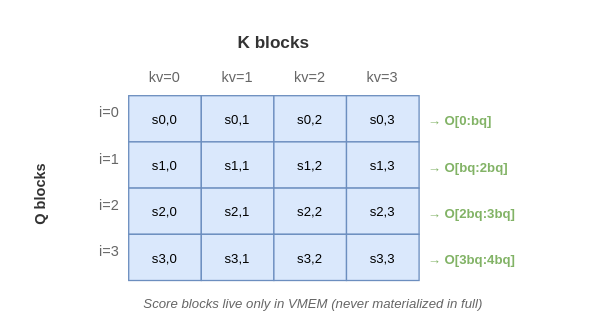
The draw.io diagram images/splash-attention-puzzle5.drawio in vorushin/pallas_puzzles, before the edit. Source tidied: cells renumbered, new cells numbered last; positions are measured from the earlier drawing's top-left corner, leaving out a move shared by most shapes. Both pictures are drawn from the tidied source at 132%, with x=0, y=0 at pixel (22, 22).
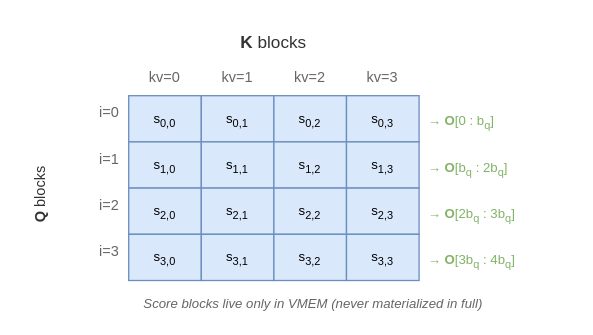
The same diagram, later.

What changed in the source:
```diff
@@
-    <mxCell id="2" value="K blocks" style="text;whiteSpace=wrap;fontSize=13;fontStyle=1;fontColor=#333333;align=center;" parent="1" vertex="1">
+    <mxCell id="2" value="&lt;b&gt;K&lt;/b&gt; blocks" style="text;whiteSpace=wrap;fontSize=13;fontColor=#333333;align=center;html=1;" parent="1" vertex="1">
       <mxGeometry x="80" width="220" height="25" as="geometry" />
     </mxCell>
-    <mxCell id="3" value="Q blocks" style="text;whiteSpace=wrap;fontSize=11;fontStyle=1;fontColor=#333333;align=center;horizontal=0;" parent="1" vertex="1">
+    <mxCell id="3" value="&lt;b&gt;Q&lt;/b&gt; blocks" style="text;whiteSpace=wrap;fontSize=11;fontColor=#333333;align=center;horizontal=0;html=1;" parent="1" vertex="1">
       <mxGeometry y="75" width="30" height="110" as="geometry" />
     </mxCell>
@@
-    <mxCell id="12" value="s0,0" style="rounded=0;whiteSpace=wrap;fillColor=#dae8fc;strokeColor=#6c8ebf;fontSize=10;" parent="1" vertex="1">
+    <mxCell id="12" value="s&lt;sub&gt;0,0&lt;/sub&gt;" style="rounded=0;whiteSpace=wrap;fillColor=#dae8fc;strokeColor=#6c8ebf;fontSize=10;html=1;" parent="1" vertex="1">
       <mxGeometry x="80" y="55" width="55" height="35" as="geometry" />
     </mxCell>
-    <mxCell id="13" value="s0,1" style="rounded=0;whiteSpace=wrap;fillColor=#dae8fc;strokeColor=#6c8ebf;fontSize=10;" parent="1" vertex="1">
+    <mxCell id="13" value="s&lt;sub&gt;0,1&lt;/sub&gt;" style="rounded=0;whiteSpace=wrap;fillColor=#dae8fc;strokeColor=#6c8ebf;fontSize=10;html=1;" parent="1" vertex="1">
       <mxGeometry x="135" y="55" width="55" height="35" as="geometry" />
     </mxCell>
-    <mxCell id="14" value="s0,2" style="rounded=0;whiteSpace=wrap;fillColor=#dae8fc;strokeColor=#6c8ebf;fontSize=10;" parent="1" vertex="1">
+    <mxCell id="14" value="s&lt;sub&gt;0,2&lt;/sub&gt;" style="rounded=0;whiteSpace=wrap;fillColor=#dae8fc;strokeColor=#6c8ebf;fontSize=10;html=1;" parent="1" vertex="1">
       <mxGeometry x="190" y="55" width="55" height="35" as="geometry" />
     </mxCell>
-    <mxCell id="15" value="s0,3" style="rounded=0;whiteSpace=wrap;fillColor=#dae8fc;strokeColor=#6c8ebf;fontSize=10;" parent="1" vertex="1">
+    <mxCell id="15" value="s&lt;sub&gt;0,3&lt;/sub&gt;" style="rounded=0;whiteSpace=wrap;fillColor=#dae8fc;strokeColor=#6c8ebf;fontSize=10;html=1;" parent="1" vertex="1">
       <mxGeometry x="245" y="55" width="55" height="35" as="geometry" />
     </mxCell>
-    <mxCell id="16" value="s1,0" style="rounded=0;whiteSpace=wrap;fillColor=#dae8fc;strokeColor=#6c8ebf;fontSize=10;" parent="1" vertex="1">
+    <mxCell id="16" value="s&lt;sub&gt;1,0&lt;/sub&gt;" style="rounded=0;whiteSpace=wrap;fillColor=#dae8fc;strokeColor=#6c8ebf;fontSize=10;html=1;" parent="1" vertex="1">
       <mxGeometry x="80" y="90" width="55" height="35" as="geometry" />
     </mxCell>
-    <mxCell id="17" value="s1,1" style="rounded=0;whiteSpace=wrap;fillColor=#dae8fc;strokeColor=#6c8ebf;fontSize=10;" parent="1" vertex="1">
+    <mxCell id="17" value="s&lt;sub&gt;1,1&lt;/sub&gt;" style="rounded=0;whiteSpace=wrap;fillColor=#dae8fc;strokeColor=#6c8ebf;fontSize=10;html=1;" parent="1" vertex="1">
       <mxGeometry x="135" y="90" width="55" height="35" as="geometry" />
     </mxCell>
-    <mxCell id="18" value="s1,2" style="rounded=0;whiteSpace=wrap;fillColor=#dae8fc;strokeColor=#6c8ebf;fontSize=10;" parent="1" vertex="1">
+    <mxCell id="18" value="s&lt;sub&gt;1,2&lt;/sub&gt;" style="rounded=0;whiteSpace=wrap;fillColor=#dae8fc;strokeColor=#6c8ebf;fontSize=10;html=1;" parent="1" vertex="1">
       <mxGeometry x="190" y="90" width="55" height="35" as="geometry" />
     </mxCell>
-    <mxCell id="19" value="s1,3" style="rounded=0;whiteSpace=wrap;fillColor=#dae8fc;strokeColor=#6c8ebf;fontSize=10;" parent="1" vertex="1">
+    <mxCell id="19" value="s&lt;sub&gt;1,3&lt;/sub&gt;" style="rounded=0;whiteSpace=wrap;fillColor=#dae8fc;strokeColor=#6c8ebf;fontSize=10;html=1;" parent="1" vertex="1">
       <mxGeometry x="245" y="90" width="55" height="35" as="geometry" />
     </mxCell>
-    <mxCell id="20" value="s2,0" style="rounded=0;whiteSpace=wrap;fillColor=#dae8fc;strokeColor=#6c8ebf;fontSize=10;" parent="1" vertex="1">
+    <mxCell id="20" value="s&lt;sub&gt;2,0&lt;/sub&gt;" style="rounded=0;whiteSpace=wrap;fillColor=#dae8fc;strokeColor=#6c8ebf;fontSize=10;html=1;" parent="1" vertex="1">
       <mxGeometry x="80" y="125" width="55" height="35" as="geometry" />
     </mxCell>
-    <mxCell id="21" value="s2,1" style="rounded=0;whiteSpace=wrap;fillColor=#dae8fc;strokeColor=#6c8ebf;fontSize=10;" parent="1" vertex="1">
+    <mxCell id="21" value="s&lt;sub&gt;2,1&lt;/sub&gt;" style="rounded=0;whiteSpace=wrap;fillColor=#dae8fc;strokeColor=#6c8ebf;fontSize=10;html=1;" parent="1" vertex="1">
       <mxGeometry x="135" y="125" width="55" height="35" as="geometry" />
     </mxCell>
-    <mxCell id="22" value="s2,2" style="rounded=0;whiteSpace=wrap;fillColor=#dae8fc;strokeColor=#6c8ebf;fontSize=10;" parent="1" vertex="1">
+    <mxCell id="22" value="s&lt;sub&gt;2,2&lt;/sub&gt;" style="rounded=0;whiteSpace=wrap;fillColor=#dae8fc;strokeColor=#6c8ebf;fontSize=10;html=1;" parent="1" vertex="1">
       <mxGeometry x="190" y="125" width="55" height="35" as="geometry" />
     </mxCell>
-    <mxCell id="23" value="s2,3" style="rounded=0;whiteSpace=wrap;fillColor=#dae8fc;strokeColor=#6c8ebf;fontSize=10;" parent="1" vertex="1">
+    <mxCell id="23" value="s&lt;sub&gt;2,3&lt;/sub&gt;" style="rounded=0;whiteSpace=wrap;fillColor=#dae8fc;strokeColor=#6c8ebf;fontSize=10;html=1;" parent="1" vertex="1">
       <mxGeometry x="245" y="125" width="55" height="35" as="geometry" />
     </mxCell>
-    <mxCell id="24" value="s3,0" style="rounded=0;whiteSpace=wrap;fillColor=#dae8fc;strokeColor=#6c8ebf;fontSize=10;" parent="1" vertex="1">
+    <mxCell id="24" value="s&lt;sub&gt;3,0&lt;/sub&gt;" style="rounded=0;whiteSpace=wrap;fillColor=#dae8fc;strokeColor=#6c8ebf;fontSize=10;html=1;" parent="1" vertex="1">
       <mxGeometry x="80" y="160" width="55" height="35" as="geometry" />
     </mxCell>
-    <mxCell id="25" value="s3,1" style="rounded=0;whiteSpace=wrap;fillColor=#dae8fc;strokeColor=#6c8ebf;fontSize=10;" parent="1" vertex="1">
+    <mxCell id="25" value="s&lt;sub&gt;3,1&lt;/sub&gt;" style="rounded=0;whiteSpace=wrap;fillColor=#dae8fc;strokeColor=#6c8ebf;fontSize=10;html=1;" parent="1" vertex="1">
       <mxGeometry x="135" y="160" width="55" height="35" as="geometry" />
     </mxCell>
-    <mxCell id="26" value="s3,2" style="rounded=0;whiteSpace=wrap;fillColor=#dae8fc;strokeColor=#6c8ebf;fontSize=10;" parent="1" vertex="1">
+    <mxCell id="26" value="s&lt;sub&gt;3,2&lt;/sub&gt;" style="rounded=0;whiteSpace=wrap;fillColor=#dae8fc;strokeColor=#6c8ebf;fontSize=10;html=1;" parent="1" vertex="1">
       <mxGeometry x="190" y="160" width="55" height="35" as="geometry" />
     </mxCell>
-    <mxCell id="27" value="s3,3" style="rounded=0;whiteSpace=wrap;fillColor=#dae8fc;strokeColor=#6c8ebf;fontSize=10;" parent="1" vertex="1">
+    <mxCell id="27" value="s&lt;sub&gt;3,3&lt;/sub&gt;" style="rounded=0;whiteSpace=wrap;fillColor=#dae8fc;strokeColor=#6c8ebf;fontSize=10;html=1;" parent="1" vertex="1">
       <mxGeometry x="245" y="160" width="55" height="35" as="geometry" />
     </mxCell>
-    <mxCell id="28" value="→ O[0:bq]" style="text;fontSize=10;fontColor=#82b366;fontStyle=1;align=left;" parent="1" vertex="1">
-      <mxGeometry x="305" y="62" width="80" height="20" as="geometry" />
+    <mxCell id="28" value="&amp;rarr; &lt;b&gt;O&lt;/b&gt;[0 : b&lt;sub&gt;q&lt;/sub&gt;]" style="text;fontSize=10;fontColor=#82b366;align=left;html=1;" parent="1" vertex="1">
+      <mxGeometry x="305" y="62" width="100" height="20" as="geometry" />
     </mxCell>
-    <mxCell id="29" value="→ O[bq:2bq]" style="text;fontSize=10;fontColor=#82b366;fontStyle=1;align=left;" parent="1" vertex="1">
-      <mxGeometry x="305" y="97" width="90" height="20" as="geometry" />
+    <mxCell id="29" value="&amp;rarr; &lt;b&gt;O&lt;/b&gt;[b&lt;sub&gt;q&lt;/sub&gt; : 2b&lt;sub&gt;q&lt;/sub&gt;]" style="text;fontSize=10;fontColor=#82b366;align=left;html=1;" parent="1" vertex="1">
+      <mxGeometry x="305" y="97" width="110" height="20" as="geometry" />
     </mxCell>
-    <mxCell id="30" value="→ O[2bq:3bq]" style="text;fontSize=10;fontColor=#82b366;fontStyle=1;align=left;" parent="1" vertex="1">
-      <mxGeometry x="305" y="132" width="100" height="20" as="geometry" />
+    <mxCell id="30" value="&amp;rarr; &lt;b&gt;O&lt;/b&gt;[2b&lt;sub&gt;q&lt;/sub&gt; : 3b&lt;sub&gt;q&lt;/sub&gt;]" style="text;fontSize=10;fontColor=#82b366;align=left;html=1;" parent="1" vertex="1">
+      <mxGeometry x="305" y="132" width="110" height="20" as="geometry" />
     </mxCell>
-    <mxCell id="31" value="→ O[3bq:4bq]" style="text;fontSize=10;fontColor=#82b366;fontStyle=1;align=left;" parent="1" vertex="1">
-      <mxGeometry x="305" y="167" width="100" height="20" as="geometry" />
+    <mxCell id="31" value="&amp;rarr; &lt;b&gt;O&lt;/b&gt;[3b&lt;sub&gt;q&lt;/sub&gt; : 4b&lt;sub&gt;q&lt;/sub&gt;]" style="text;fontSize=10;fontColor=#82b366;align=left;html=1;" parent="1" vertex="1">
+      <mxGeometry x="305" y="167" width="110" height="20" as="geometry" />
     </mxCell>
```
